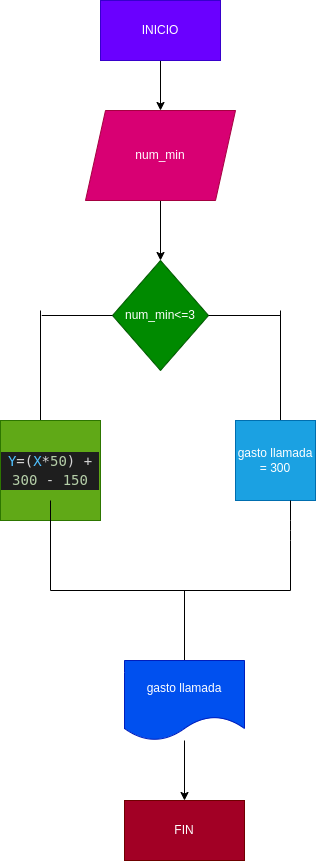
pasecolra/llamada_telefonica keeps this draw.io diagram as diagrama.png. Above is the earlier version. Source tidied: cells renumbered, new cells last; positions are measured from the earlier drawing's top-left corner, leaving out a move shared by most shapes.
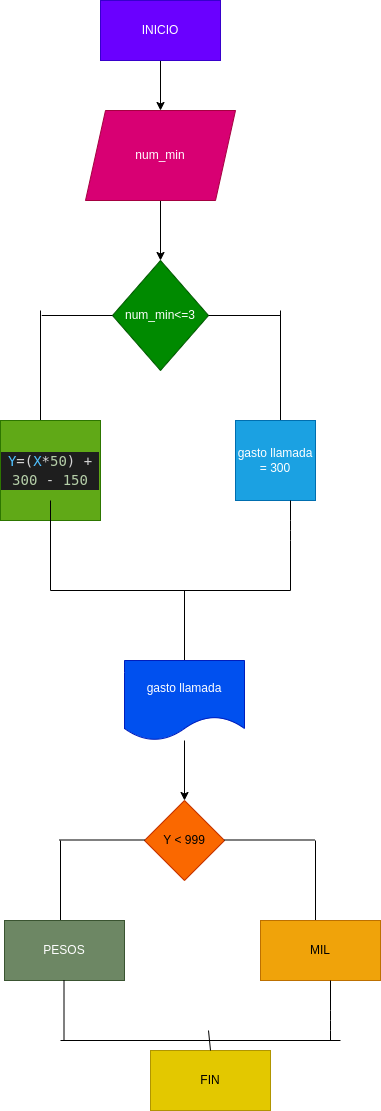
Above is the later version.

Change to the diagram source:
```diff
@@ -72,14 +72,76 @@
         <mxPoint x="184" y="590" as="targetPoint" />
       </mxGeometry>
     </mxCell>
-    <mxCell id="17" style="edgeStyle=none;html=1;" parent="1" edge="1" source="18" target="19">
-      <mxGeometry relative="1" as="geometry" />
+    <mxCell id="17" style="edgeStyle=none;html=1;" parent="1" edge="1" source="18">
+      <mxGeometry relative="1" as="geometry">
+        <mxPoint x="184" y="800" as="targetPoint" />
+      </mxGeometry>
     </mxCell>
     <mxCell id="18" value="gasto llamada" style="shape=document;whiteSpace=wrap;html=1;boundedLbl=1;fillColor=#0050ef;fontColor=#ffffff;strokeColor=#001DBC;" parent="1" vertex="1">
       <mxGeometry x="124" y="660" width="120" height="80" as="geometry" />
     </mxCell>
+    <mxCell id="20" value="Y &amp;lt; 999" style="rhombus;whiteSpace=wrap;html=1;fillColor=#fa6800;fontColor=#000000;strokeColor=#C73500;" parent="1" vertex="1">
+      <mxGeometry x="144" y="800" width="80" height="80" as="geometry" />
+    </mxCell>
+    <mxCell id="21" style="endArrow=none;html=1;" parent="1" edge="1">
+      <mxGeometry relative="1" as="geometry">
+        <mxPoint x="224" y="839.5" as="sourcePoint" />
+        <mxPoint x="314" y="839.5" as="targetPoint" />
+      </mxGeometry>
+    </mxCell>
+    <mxCell id="22" style="endArrow=none;html=1;" parent="1" edge="1">
+      <mxGeometry relative="1" as="geometry">
+        <mxPoint x="59" y="839.5" as="sourcePoint" />
+        <mxPoint x="144" y="839.5" as="targetPoint" />
+      </mxGeometry>
+    </mxCell>
+    <mxCell id="23" style="endArrow=none;html=1;" parent="1" edge="1">
+      <mxGeometry relative="1" as="geometry">
+        <mxPoint x="60" y="930" as="sourcePoint" />
+        <mxPoint x="60" y="840" as="targetPoint" />
+      </mxGeometry>
+    </mxCell>
+    <mxCell id="24" style="endArrow=none;html=1;" parent="1" edge="1">
+      <mxGeometry relative="1" as="geometry">
+        <mxPoint x="315" y="920" as="sourcePoint" />
+        <mxPoint x="315" y="840" as="targetPoint" />
+      </mxGeometry>
+    </mxCell>
+    <mxCell id="25" value="PESOS" style="rounded=0;whiteSpace=wrap;html=1;fillColor=#6d8764;fontColor=#ffffff;strokeColor=#3A5431;" parent="1" vertex="1">
+      <mxGeometry x="4" y="920" width="120" height="60" as="geometry" />
+    </mxCell>
+    <mxCell id="26" value="MIL" style="rounded=0;whiteSpace=wrap;html=1;fillColor=#f0a30a;fontColor=#000000;strokeColor=#BD7000;" parent="1" vertex="1">
+      <mxGeometry x="260" y="920" width="120" height="60" as="geometry" />
+    </mxCell>
+    <mxCell id="27" style="endArrow=none;html=1;" parent="1" edge="1">
+      <mxGeometry relative="1" as="geometry">
+        <mxPoint x="63.5" y="1040" as="sourcePoint" />
+        <mxPoint x="63.5" y="980" as="targetPoint" />
+      </mxGeometry>
+    </mxCell>
+    <mxCell id="28" style="endArrow=none;html=1;" parent="1" edge="1">
+      <mxGeometry relative="1" as="geometry">
+        <mxPoint x="330" y="1040" as="sourcePoint" />
+        <mxPoint x="330" y="980" as="targetPoint" />
+        <Array as="points">
+          <mxPoint x="330" y="1020" />
+        </Array>
+      </mxGeometry>
+    </mxCell>
+    <mxCell id="29" style="endArrow=none;html=1;" parent="1" edge="1">
+      <mxGeometry relative="1" as="geometry">
+        <mxPoint x="60" y="1040" as="sourcePoint" />
+        <mxPoint x="340" y="1040" as="targetPoint" />
+      </mxGeometry>
+    </mxCell>
-    <mxCell id="19" value="FIN" style="rounded=0;whiteSpace=wrap;html=1;fillColor=#a20025;fontColor=#ffffff;strokeColor=#6F0000;" parent="1" vertex="1">
-      <mxGeometry x="124" y="800" width="120" height="60" as="geometry" />
+    <mxCell id="19" value="FIN" style="rounded=0;whiteSpace=wrap;html=1;fillColor=#e3c800;fontColor=#000000;strokeColor=#B09500;" parent="1" vertex="1">
+      <mxGeometry x="150" y="1050" width="120" height="60" as="geometry" />
     </mxCell>
+    <mxCell id="30" style="endArrow=none;html=1;" parent="1" edge="1">
+      <mxGeometry relative="1" as="geometry">
+        <mxPoint x="210" y="1050" as="sourcePoint" />
+        <mxPoint x="208" y="1030" as="targetPoint" />
+      </mxGeometry>
+    </mxCell>
   </root>
 </mxGraphModel>
```
